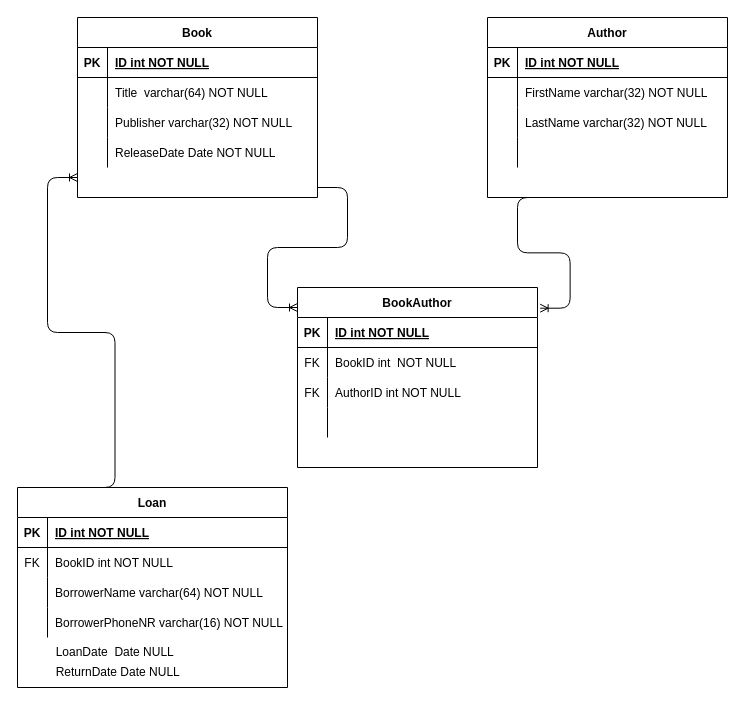
Above: ER-Diagram.drawio in JMonell/DBUppg (draw.io), before the change. Source tidied: cells renumbered, new cells numbered last; positions are measured from the earlier drawing's top-left corner, leaving out a move shared by most shapes. Both pictures are drawn from the tidied source at 100%, with x=0, y=0 at pixel (17, 17).
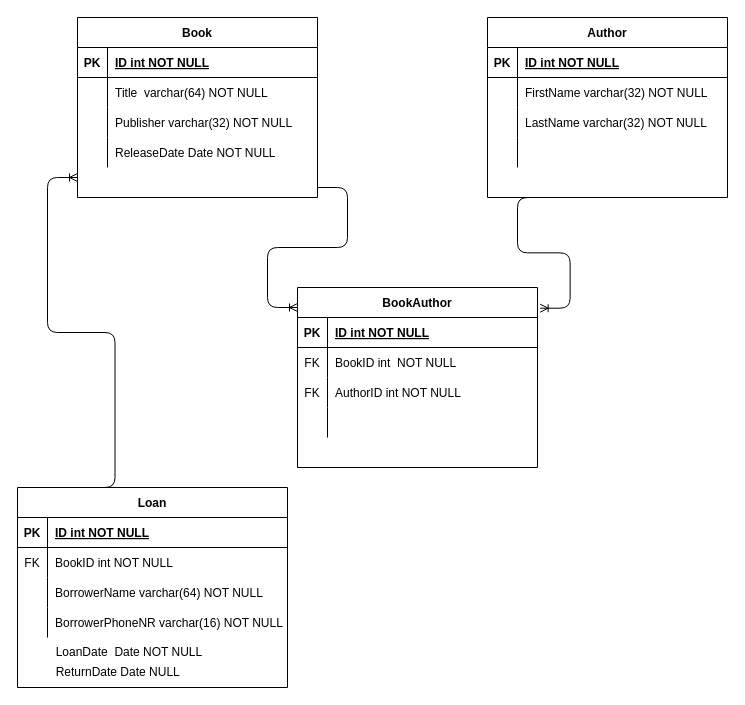
After the change.

What changed in the source:
```diff
@@
-    <mxCell id="57" value="&amp;nbsp; LoanDate&amp;nbsp; Date NULL" style="text;html=1;align=left;verticalAlign=middle;strokeColor=none;fillColor=none;" parent="1" vertex="1">
-      <mxGeometry x="30" y="620" width="150" height="30" as="geometry" />
+    <mxCell id="57" value="&amp;nbsp; LoanDate&amp;nbsp; Date NOT NULL" style="text;html=1;align=left;verticalAlign=middle;strokeColor=none;fillColor=none;" parent="1" vertex="1">
+      <mxGeometry x="30" y="620" width="180" height="30" as="geometry" />
     </mxCell>
```
